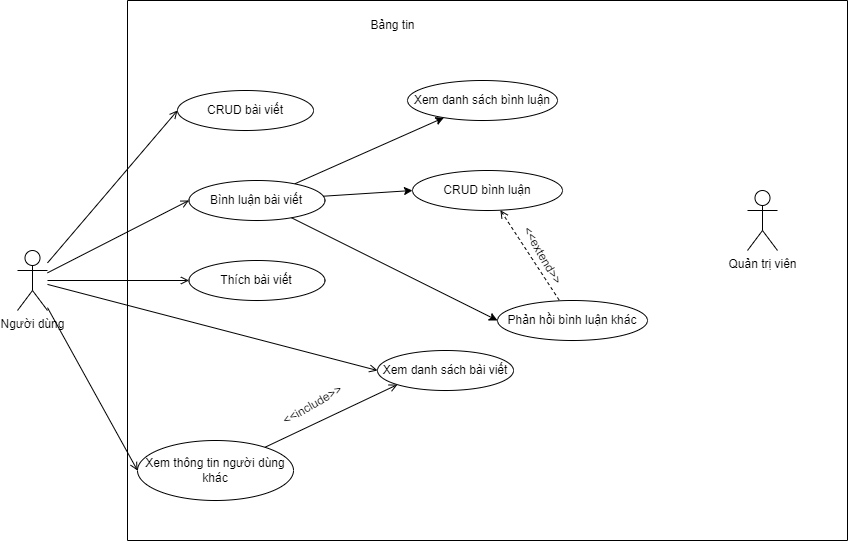
The draw.io diagram usecase diagram/bangtin.drawio.png in kienndhn/draw-io, before a commit. Source tidied: cells renumbered, new cells last; positions are measured from the earlier drawing's top-left corner, leaving out a move shared by most shapes.
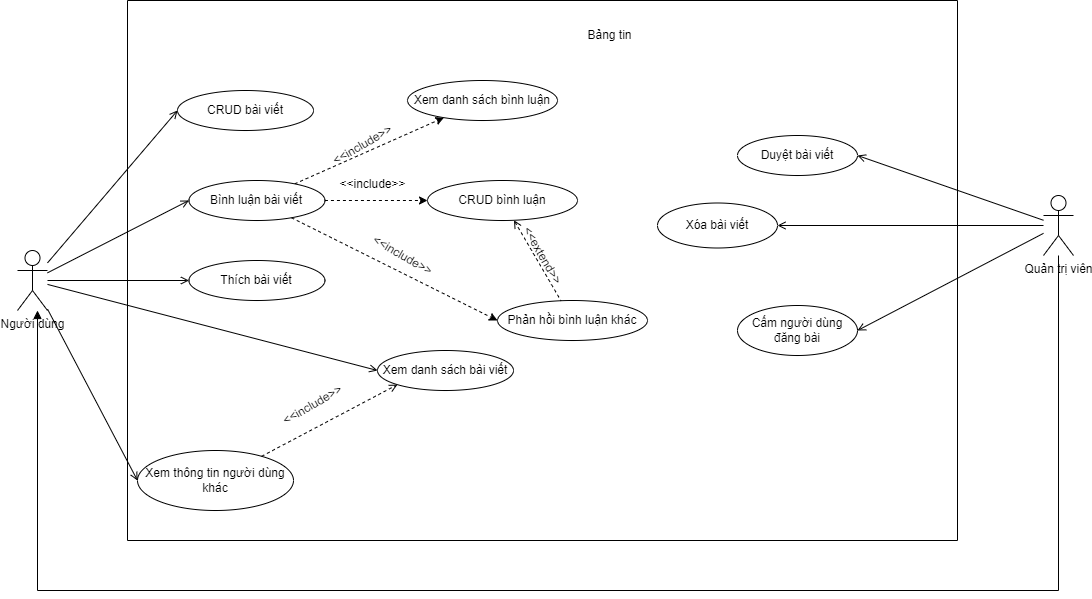
After the change.

Change to the diagram source:
```diff
@@ -3,21 +3,21 @@
     <mxCell id="0" />
     <mxCell id="1" parent="0" />
     <mxCell id="2" style="swimlane;startSize=0;" parent="1" vertex="1">
-      <mxGeometry x="110" width="720" height="540" as="geometry" />
+      <mxGeometry x="110" width="830" height="540" as="geometry" />
     </mxCell>
     <mxCell id="3" value="Bảng tin" style="text;html=1;align=center;verticalAlign=middle;strokeColor=none;fillColor=none;" parent="2" vertex="1">
-      <mxGeometry x="230" y="10" width="70" height="30" as="geometry" />
+      <mxGeometry x="447" y="20" width="70" height="30" as="geometry" />
     </mxCell>
     <mxCell id="4" value="CRUD bài viết" style="ellipse;whiteSpace=wrap;html=1;" parent="2" vertex="1">
       <mxGeometry x="50" y="90" width="136" height="40" as="geometry" />
     </mxCell>
-    <mxCell id="5" style="edgeStyle=none;rounded=0;jettySize=auto;html=1;" parent="2" edge="1" source="8" target="11">
+    <mxCell id="5" style="edgeStyle=none;rounded=0;jettySize=auto;html=1;dashed=1;" parent="2" edge="1" source="8" target="11">
       <mxGeometry relative="1" as="geometry" />
     </mxCell>
-    <mxCell id="6" style="edgeStyle=none;rounded=0;jettySize=auto;html=1;entryX=0;entryY=0.5;entryDx=0;entryDy=0;" parent="2" edge="1" source="8" target="12">
+    <mxCell id="6" style="edgeStyle=none;rounded=0;jettySize=auto;html=1;entryX=0;entryY=0.5;entryDx=0;entryDy=0;dashed=1;" parent="2" edge="1" source="8" target="12">
       <mxGeometry relative="1" as="geometry" />
     </mxCell>
-    <mxCell id="7" style="edgeStyle=none;rounded=0;jettySize=auto;html=1;entryX=0;entryY=0.5;entryDx=0;entryDy=0;" parent="2" edge="1" source="8" target="13">
+    <mxCell id="7" style="edgeStyle=none;rounded=0;jettySize=auto;html=1;entryX=0;entryY=0.5;entryDx=0;entryDy=0;dashed=1;" parent="2" edge="1" source="8" target="13">
       <mxGeometry relative="1" as="geometry" />
     </mxCell>
     <mxCell id="8" value="Bình luận bài viết" style="ellipse;whiteSpace=wrap;html=1;" parent="2" vertex="1">
@@ -33,7 +33,7 @@
       <mxGeometry x="280" y="80" width="150" height="40" as="geometry" />
     </mxCell>
     <mxCell id="12" value="CRUD bình luận" style="ellipse;whiteSpace=wrap;html=1;" parent="2" vertex="1">
-      <mxGeometry x="285" y="170" width="150" height="40" as="geometry" />
+      <mxGeometry x="300" y="180" width="150" height="40" as="geometry" />
     </mxCell>
     <mxCell id="13" value="Phản hồi bình luận khác" style="ellipse;whiteSpace=wrap;html=1;" parent="2" vertex="1">
       <mxGeometry x="370" y="300" width="150" height="40" as="geometry" />
@@ -48,17 +48,35 @@
       <mxGeometry x="-9.5" y="41.5" width="90" height="30" as="geometry" />
     </mxCell>
     <mxCell id="17" value="Xem thông tin người dùng khác" style="ellipse;whiteSpace=wrap;html=1;" parent="2" vertex="1">
-      <mxGeometry x="10" y="440" width="156" height="60" as="geometry" />
+      <mxGeometry x="10" y="450" width="156" height="60" as="geometry" />
     </mxCell>
     <mxCell id="18" style="group;" parent="2" vertex="1">
       <mxGeometry x="138.5" y="369.5" width="92.9" height="71" as="geometry" />
     </mxCell>
-    <mxCell id="19" style="edgeStyle=none;rounded=0;jettySize=auto;html=1;entryX=0;entryY=1;entryDx=0;entryDy=0;startArrow=none;startFill=0;endArrow=open;endFill=0;" parent="18" edge="1" source="17" target="9">
+    <mxCell id="19" style="edgeStyle=none;rounded=0;jettySize=auto;html=1;entryX=0;entryY=1;entryDx=0;entryDy=0;startArrow=none;startFill=0;endArrow=open;endFill=0;dashed=1;" parent="18" edge="1" source="17" target="9">
       <mxGeometry relative="1" as="geometry" />
     </mxCell>
     <mxCell id="20" value="&amp;lt;&amp;lt;include&amp;gt;&amp;gt;" style="text;html=1;align=center;verticalAlign=middle;strokeColor=none;fillColor=none;rotation=-30;" parent="18" vertex="1">
       <mxGeometry x="1.5" y="20.5" width="90" height="30" as="geometry" />
     </mxCell>
+    <mxCell id="28" value="&amp;lt;&amp;lt;include&amp;gt;&amp;gt;" style="text;html=1;align=center;verticalAlign=middle;strokeColor=none;fillColor=none;rotation=30;" parent="2" vertex="1">
+      <mxGeometry x="230" y="240" width="90" height="30" as="geometry" />
+    </mxCell>
+    <mxCell id="29" value="&amp;lt;&amp;lt;include&amp;gt;&amp;gt;" style="text;html=1;align=center;verticalAlign=middle;strokeColor=none;fillColor=none;rotation=0;" parent="2" vertex="1">
+      <mxGeometry x="200" y="168.5" width="90" height="30" as="geometry" />
+    </mxCell>
+    <mxCell id="30" value="&amp;lt;&amp;lt;include&amp;gt;&amp;gt;" style="text;html=1;align=center;verticalAlign=middle;strokeColor=none;fillColor=none;rotation=-30;" parent="2" vertex="1">
+      <mxGeometry x="190" y="130" width="90" height="30" as="geometry" />
+    </mxCell>
+    <mxCell id="31" value="Duyệt bài viết" style="ellipse;whiteSpace=wrap;html=1;" parent="2" vertex="1">
+      <mxGeometry x="610" y="135" width="120" height="40" as="geometry" />
+    </mxCell>
+    <mxCell id="32" value="Xóa bài viết" style="ellipse;whiteSpace=wrap;html=1;" parent="2" vertex="1">
+      <mxGeometry x="530" y="202.5" width="120" height="45" as="geometry" />
+    </mxCell>
+    <mxCell id="33" value="Cấm người dùng đăng bài" style="ellipse;whiteSpace=wrap;html=1;" parent="2" vertex="1">
+      <mxGeometry x="610" y="305" width="120" height="50" as="geometry" />
+    </mxCell>
     <mxCell id="21" style="rounded=0;jettySize=auto;html=1;entryX=0;entryY=0.5;entryDx=0;entryDy=0;endArrow=open;endFill=0;" parent="1" edge="1" source="26" target="4">
       <mxGeometry relative="1" as="geometry" />
     </mxCell>
@@ -77,8 +95,25 @@
     <mxCell id="26" value="Người dùng" style="shape=umlActor;verticalLabelPosition=bottom;verticalAlign=top;html=1;outlineConnect=0;" parent="1" vertex="1">
       <mxGeometry y="250" width="30" height="60" as="geometry" />
     </mxCell>
+    <mxCell id="34" style="edgeStyle=none;rounded=0;jettySize=auto;html=1;entryX=1;entryY=0.5;entryDx=0;entryDy=0;startArrow=none;startFill=0;endArrow=open;endFill=0;" parent="1" edge="1" source="27" target="31">
+      <mxGeometry relative="1" as="geometry" />
+    </mxCell>
+    <mxCell id="35" style="edgeStyle=none;rounded=0;jettySize=auto;html=1;entryX=1;entryY=0.5;entryDx=0;entryDy=0;startArrow=none;startFill=0;endArrow=open;endFill=0;" parent="1" edge="1" source="27" target="32">
+      <mxGeometry relative="1" as="geometry" />
+    </mxCell>
+    <mxCell id="36" style="edgeStyle=none;rounded=0;jettySize=auto;html=1;entryX=1;entryY=0.5;entryDx=0;entryDy=0;startArrow=none;startFill=0;endArrow=open;endFill=0;" parent="1" edge="1" source="27" target="33">
+      <mxGeometry relative="1" as="geometry" />
+    </mxCell>
+    <mxCell id="37" style="edgeStyle=orthogonalEdgeStyle;rounded=0;jettySize=auto;html=1;startArrow=none;startFill=0;endArrow=block;endFill=1;" parent="1" edge="1" source="27" target="26">
+      <mxGeometry relative="1" as="geometry">
+        <Array as="points">
+          <mxPoint x="1041" y="590" />
+          <mxPoint x="20" y="590" />
+        </Array>
+      </mxGeometry>
+    </mxCell>
     <mxCell id="27" value="Quản trị viên" style="shape=umlActor;verticalLabelPosition=bottom;verticalAlign=top;html=1;outlineConnect=0;" parent="1" vertex="1">
-      <mxGeometry x="730" y="190" width="30" height="60" as="geometry" />
+      <mxGeometry x="1026" y="195" width="30" height="60" as="geometry" />
     </mxCell>
   </root>
 </mxGraphModel>
```
